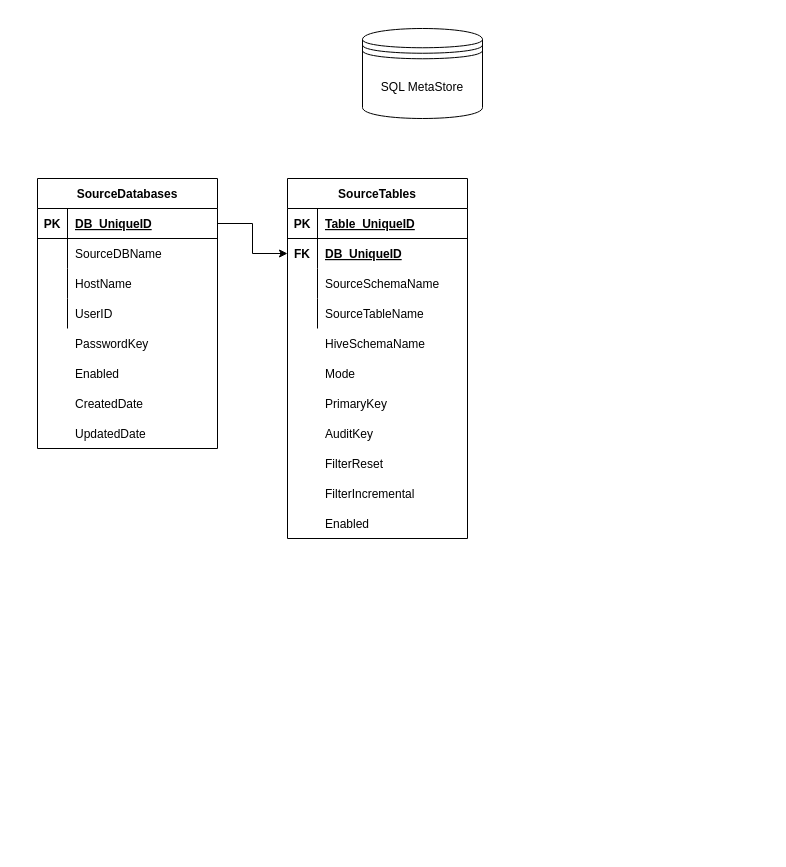
rameshvinbox/aas keeps this draw.io diagram as page "Page-1" (1 of 2) of Untitled Diagram.drawio. Above is the earlier version. Source tidied: cells renumbered, new cells numbered last; positions are measured from the earlier drawing's top-left corner, leaving out a move shared by most shapes. Both pictures are drawn from the tidied source at 100%, with x=0, y=0 at pixel (37, 28). Pictures stored in the file or linked from it are replaced by grey dashed boxes.
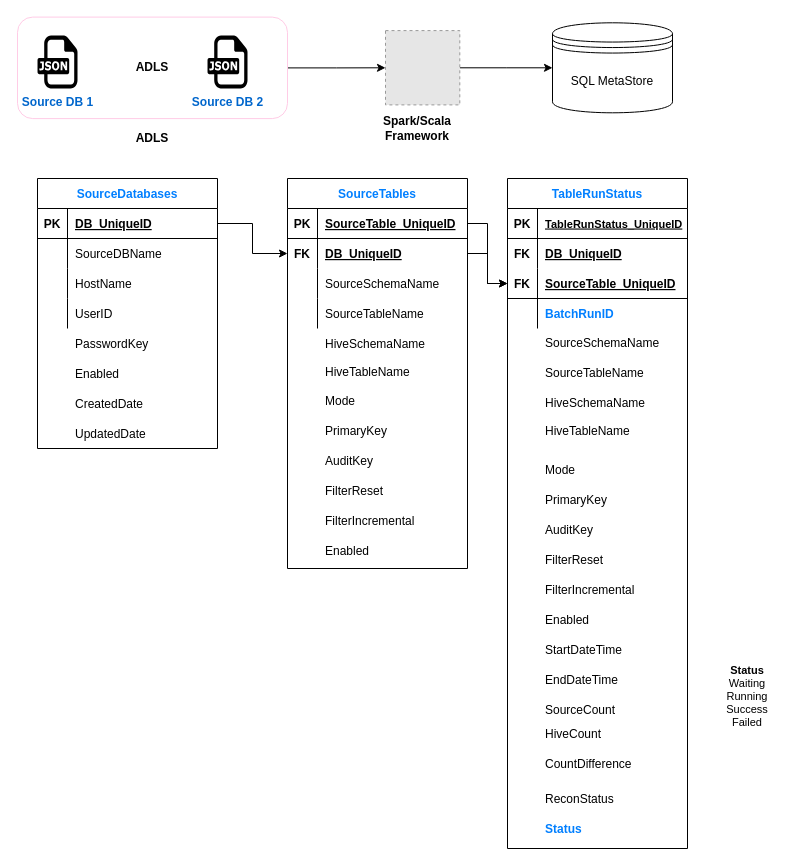
Above is the later version.

Unchanged cells that the change refers to:
```xml
<mxCell id="24" style="shape=partialRectangle;fillColor=none;top=0;left=0;bottom=1;right=0;points=[[0,0.5],[1,0.5]];portConstraint=eastwest;" parent="23" vertex="1">
  <mxGeometry y="30" width="180" height="30" as="geometry" />
</mxCell>
<mxCell id="27" style="shape=partialRectangle;fillColor=none;top=0;left=0;bottom=0;right=0;points=[[0,0.5],[1,0.5]];portConstraint=eastwest;" parent="23" vertex="1">
  <mxGeometry y="60" width="180" height="30" as="geometry" />
</mxCell>
```

Change to the diagram source:
```diff
@@
+    <mxCell id="43" style="edgeStyle=orthogonalEdgeStyle;rounded=0;jettySize=auto;html=1;fontSize=11;fontColor=#007FFF;" parent="1" edge="1" source="44" target="82">
+      <mxGeometry relative="1" as="geometry" />
+    </mxCell>
+    <mxCell id="44" value="&lt;font color=&quot;#050505&quot; size=&quot;1&quot;&gt;&lt;b style=&quot;font-size: 12px&quot;&gt;ADLS&lt;/b&gt;&lt;/font&gt;" style="rounded=1;whiteSpace=wrap;html=1;labelBackgroundColor=none;strokeColor=#FFCCE6;fontSize=11;fontColor=#007FFF;" parent="1" vertex="1">
+      <mxGeometry x="-20" y="-11.4" width="270" height="101.5" as="geometry" />
+    </mxCell>
     <mxCell id="2" value="SQL MetaStore" style="shape=datastore;whiteSpace=wrap;html=1;" parent="1" vertex="1">
-      <mxGeometry x="325" width="120" height="90" as="geometry" />
+      <mxGeometry x="515" y="-5.7" width="120" height="90" as="geometry" />
     </mxCell>
@@
-    <mxCell id="5" value="SourceDatabases" style="shape=table;startSize=30;childLayout=tableLayout;rowLines=0;fontStyle=1;align=center;" parent="1" vertex="1">
+    <mxCell id="5" value="SourceDatabases" style="shape=table;startSize=30;childLayout=tableLayout;rowLines=0;fontStyle=1;align=center;fontColor=#007FFF;" parent="1" vertex="1">
       <mxGeometry y="150" width="180" height="270" as="geometry" />
     </mxCell>
@@
     <mxCell id="20" value="Mode" style="shape=partialRectangle;fillColor=none;top=0;left=0;bottom=0;right=0;align=left;spacingLeft=6;overflow=hidden;" parent="1" vertex="1">
-      <mxGeometry x="280" y="330" width="150" height="30" as="geometry" />
+      <mxGeometry x="280" y="357" width="150" height="30" as="geometry" />
     </mxCell>
@@
-    <mxCell id="23" value="SourceTables" style="shape=table;startSize=30;childLayout=tableLayout;rowLines=0;fontStyle=1;align=center;" parent="1" vertex="1">
-      <mxGeometry x="250" y="150" width="180" height="360" as="geometry" />
+    <mxCell id="23" value="SourceTables" style="shape=table;startSize=30;childLayout=tableLayout;rowLines=0;fontStyle=1;align=center;fontColor=#007FFF;" parent="1" vertex="1">
+      <mxGeometry x="250" y="150" width="180" height="390" as="geometry" />
     </mxCell>
@@
-    <mxCell id="26" value="Table_UniqueID" style="shape=partialRectangle;fillColor=none;top=0;left=0;bottom=0;right=0;align=left;spacingLeft=6;fontStyle=5;overflow=hidden;" parent="24" vertex="1">
+    <mxCell id="26" value="SourceTable_UniqueID" style="shape=partialRectangle;fillColor=none;top=0;left=0;bottom=0;right=0;align=left;spacingLeft=6;fontStyle=5;overflow=hidden;" parent="24" vertex="1">
       <mxGeometry x="30" width="150" height="30" as="geometry" />
     </mxCell>
@@
     <mxCell id="36" value="FilterReset" style="shape=partialRectangle;fillColor=none;top=0;left=0;bottom=0;right=0;align=left;spacingLeft=6;overflow=hidden;" parent="1" vertex="1">
-      <mxGeometry x="280" y="420" width="150" height="30" as="geometry" />
+      <mxGeometry x="280" y="447" width="150" height="30" as="geometry" />
     </mxCell>
     <mxCell id="37" value="FilterIncremental" style="shape=partialRectangle;fillColor=none;top=0;left=0;bottom=0;right=0;align=left;spacingLeft=6;overflow=hidden;" parent="1" vertex="1">
-      <mxGeometry x="280" y="450" width="150" height="30" as="geometry" />
+      <mxGeometry x="280" y="477" width="150" height="30" as="geometry" />
     </mxCell>
     <mxCell id="38" value="PrimaryKey" style="shape=partialRectangle;fillColor=none;top=0;left=0;bottom=0;right=0;align=left;spacingLeft=6;overflow=hidden;" parent="1" vertex="1">
-      <mxGeometry x="280" y="360" width="150" height="30" as="geometry" />
+      <mxGeometry x="280" y="387" width="150" height="30" as="geometry" />
     </mxCell>
     <mxCell id="39" value="AuditKey" style="shape=partialRectangle;fillColor=none;top=0;left=0;bottom=0;right=0;align=left;spacingLeft=6;overflow=hidden;" parent="1" vertex="1">
-      <mxGeometry x="280" y="390" width="150" height="30" as="geometry" />
+      <mxGeometry x="280" y="417" width="150" height="30" as="geometry" />
     </mxCell>
     <mxCell id="40" value="Enabled" style="shape=partialRectangle;fillColor=none;top=0;left=0;bottom=0;right=0;align=left;spacingLeft=6;overflow=hidden;" parent="1" vertex="1">
-      <mxGeometry x="280" y="480" width="150" height="30" as="geometry" />
+      <mxGeometry x="280" y="507" width="150" height="30" as="geometry" />
     </mxCell>
@@
+    <mxCell id="45" value="Mode" style="shape=partialRectangle;fillColor=none;top=0;left=0;bottom=0;right=0;align=left;spacingLeft=6;overflow=hidden;" parent="1" vertex="1">
+      <mxGeometry x="500" y="426" width="150" height="30" as="geometry" />
+    </mxCell>
+    <mxCell id="46" value="FK" style="shape=partialRectangle;fillColor=none;top=0;left=0;bottom=0;right=0;fontStyle=1;overflow=hidden;" parent="1" vertex="1">
+      <mxGeometry x="470" y="210" width="30" height="30" as="geometry" />
+    </mxCell>
+    <mxCell id="47" value="DB_UniqueID" style="shape=partialRectangle;fillColor=none;top=0;left=0;bottom=0;right=0;align=left;spacingLeft=6;fontStyle=5;overflow=hidden;" parent="1" vertex="1">
+      <mxGeometry x="500" y="210" width="150" height="30" as="geometry" />
+    </mxCell>
+    <mxCell id="48" value="FilterReset" style="shape=partialRectangle;fillColor=none;top=0;left=0;bottom=0;right=0;align=left;spacingLeft=6;overflow=hidden;" parent="1" vertex="1">
+      <mxGeometry x="500" y="516" width="150" height="30" as="geometry" />
+    </mxCell>
+    <mxCell id="49" value="FilterIncremental" style="shape=partialRectangle;fillColor=none;top=0;left=0;bottom=0;right=0;align=left;spacingLeft=6;overflow=hidden;" parent="1" vertex="1">
+      <mxGeometry x="500" y="546" width="150" height="30" as="geometry" />
+    </mxCell>
+    <mxCell id="50" value="PrimaryKey" style="shape=partialRectangle;fillColor=none;top=0;left=0;bottom=0;right=0;align=left;spacingLeft=6;overflow=hidden;" parent="1" vertex="1">
+      <mxGeometry x="500" y="456" width="150" height="30" as="geometry" />
+    </mxCell>
+    <mxCell id="51" value="AuditKey" style="shape=partialRectangle;fillColor=none;top=0;left=0;bottom=0;right=0;align=left;spacingLeft=6;overflow=hidden;" parent="1" vertex="1">
+      <mxGeometry x="500" y="486" width="150" height="30" as="geometry" />
+    </mxCell>
+    <mxCell id="52" value="Enabled" style="shape=partialRectangle;fillColor=none;top=0;left=0;bottom=0;right=0;align=left;spacingLeft=6;overflow=hidden;" parent="1" vertex="1">
+      <mxGeometry x="500" y="576" width="150" height="30" as="geometry" />
+    </mxCell>
+    <mxCell id="53" value="TableRunStatus" style="shape=table;startSize=30;childLayout=tableLayout;rowLines=0;fontStyle=1;align=center;labelBackgroundColor=none;fontColor=#007FFF;" parent="1" vertex="1">
+      <mxGeometry x="470" y="150" width="180" height="670" as="geometry" />
+    </mxCell>
+    <mxCell id="54" style="shape=partialRectangle;fillColor=none;top=0;left=0;bottom=1;right=0;" parent="53" vertex="1">
+      <mxGeometry y="30" width="180" height="30" as="geometry" />
+    </mxCell>
+    <mxCell id="55" value="PK" style="shape=partialRectangle;fillColor=none;top=0;left=0;bottom=0;right=0;fontStyle=1;overflow=hidden;" parent="54" vertex="1">
+      <mxGeometry width="30" height="30" as="geometry" />
+    </mxCell>
+    <mxCell id="56" value="TableRunStatus_UniqueID" style="shape=partialRectangle;fillColor=none;top=0;left=0;bottom=0;right=0;align=left;spacingLeft=6;fontStyle=5;overflow=hidden;fontSize=11;" parent="54" vertex="1">
+      <mxGeometry x="30" width="150" height="30" as="geometry" />
+    </mxCell>
+    <mxCell id="57" style="shape=partialRectangle;fillColor=none;top=0;left=0;bottom=0;right=0;" parent="53" vertex="1">
+      <mxGeometry y="60" width="180" height="30" as="geometry" />
+    </mxCell>
+    <mxCell id="58" style="shape=partialRectangle;fillColor=none;top=0;left=0;bottom=0;right=0;overflow=hidden;strokeColor=#FFCCE6;" parent="57" vertex="1">
+      <mxGeometry width="30" height="30" as="geometry" />
+    </mxCell>
+    <mxCell id="59" style="shape=partialRectangle;fillColor=none;top=0;left=0;bottom=0;right=0;align=left;spacingLeft=6;overflow=hidden;" parent="57" vertex="1">
+      <mxGeometry x="30" width="150" height="30" as="geometry" />
+    </mxCell>
+    <mxCell id="60" style="shape=partialRectangle;fillColor=none;top=0;left=0;bottom=0;right=0;" parent="53" vertex="1">
+      <mxGeometry y="90" width="180" height="30" as="geometry" />
+    </mxCell>
+    <mxCell id="61" style="shape=partialRectangle;fillColor=none;top=0;left=0;bottom=0;right=0;overflow=hidden;" parent="60" vertex="1">
+      <mxGeometry width="30" height="30" as="geometry" />
+    </mxCell>
+    <mxCell id="62" style="shape=partialRectangle;fillColor=none;top=0;left=0;bottom=0;right=0;align=left;spacingLeft=6;overflow=hidden;" parent="60" vertex="1">
+      <mxGeometry x="30" width="150" height="30" as="geometry" />
+    </mxCell>
+    <mxCell id="63" style="shape=partialRectangle;fillColor=none;top=0;left=0;bottom=0;right=0;" parent="53" vertex="1">
+      <mxGeometry y="120" width="180" height="30" as="geometry" />
+    </mxCell>
+    <mxCell id="64" style="shape=partialRectangle;fillColor=none;top=0;left=0;bottom=0;right=0;overflow=hidden;" parent="63" vertex="1">
+      <mxGeometry width="30" height="30" as="geometry" />
+    </mxCell>
+    <mxCell id="65" value="BatchRunID" style="shape=partialRectangle;fillColor=none;top=0;left=0;bottom=0;right=0;align=left;spacingLeft=6;overflow=hidden;fontColor=#007FFF;fontStyle=1;" parent="63" vertex="1">
+      <mxGeometry x="30" width="150" height="30" as="geometry" />
+    </mxCell>
+    <mxCell id="66" style="shape=partialRectangle;fillColor=none;top=0;left=0;bottom=1;right=0;points=[[0,0.5],[1,0.5]];portConstraint=eastwest;" parent="1" vertex="1">
+      <mxGeometry x="470" y="240" width="180" height="30" as="geometry" />
+    </mxCell>
+    <mxCell id="67" value="FK" style="shape=partialRectangle;fillColor=none;top=0;left=0;bottom=0;right=0;fontStyle=1;overflow=hidden;" parent="66" vertex="1">
+      <mxGeometry width="30" height="30" as="geometry" />
+    </mxCell>
+    <mxCell id="68" value="SourceTable_UniqueID" style="shape=partialRectangle;fillColor=none;top=0;left=0;bottom=0;right=0;align=left;spacingLeft=6;fontStyle=5;overflow=hidden;" parent="66" vertex="1">
+      <mxGeometry x="30" width="150" height="30" as="geometry" />
+    </mxCell>
+    <mxCell id="69" value="StartDateTime" style="shape=partialRectangle;fillColor=none;top=0;left=0;bottom=0;right=0;align=left;spacingLeft=6;overflow=hidden;" parent="1" vertex="1">
+      <mxGeometry x="500" y="606" width="150" height="30" as="geometry" />
+    </mxCell>
+    <mxCell id="70" value="EndDateTime" style="shape=partialRectangle;fillColor=none;top=0;left=0;bottom=0;right=0;align=left;spacingLeft=6;overflow=hidden;" parent="1" vertex="1">
+      <mxGeometry x="500" y="636" width="150" height="30" as="geometry" />
+    </mxCell>
+    <mxCell id="71" value="Status" style="shape=partialRectangle;fillColor=none;top=0;left=0;bottom=0;right=0;align=left;spacingLeft=6;overflow=hidden;fontColor=#007FFF;fontStyle=1;" parent="1" vertex="1">
+      <mxGeometry x="500" y="785" width="150" height="30" as="geometry" />
+    </mxCell>
+    <mxCell id="72" value="HiveTableName" style="shape=partialRectangle;fillColor=none;top=0;left=0;bottom=0;right=0;align=left;spacingLeft=6;overflow=hidden;" parent="1" vertex="1">
+      <mxGeometry x="280" y="328" width="150" height="30" as="geometry" />
+    </mxCell>
+    <mxCell id="73" value="HiveSchemaName" style="shape=partialRectangle;fillColor=none;top=0;left=0;bottom=0;right=0;align=left;spacingLeft=6;overflow=hidden;" parent="1" vertex="1">
+      <mxGeometry x="500" y="359" width="150" height="30" as="geometry" />
+    </mxCell>
+    <mxCell id="74" value="SourceSchemaName" style="shape=partialRectangle;fillColor=none;top=0;left=0;bottom=0;right=0;align=left;spacingLeft=6;overflow=hidden;" parent="1" vertex="1">
+      <mxGeometry x="500" y="299" width="150" height="30" as="geometry" />
+    </mxCell>
+    <mxCell id="75" value="SourceTableName" style="shape=partialRectangle;fillColor=none;top=0;left=0;bottom=0;right=0;align=left;spacingLeft=6;overflow=hidden;" parent="1" vertex="1">
+      <mxGeometry x="500" y="329" width="150" height="30" as="geometry" />
+    </mxCell>
+    <mxCell id="76" value="HiveTableName" style="shape=partialRectangle;fillColor=none;top=0;left=0;bottom=0;right=0;align=left;spacingLeft=6;overflow=hidden;" parent="1" vertex="1">
+      <mxGeometry x="500" y="387" width="150" height="30" as="geometry" />
+    </mxCell>
+    <mxCell id="77" style="edgeStyle=orthogonalEdgeStyle;rounded=0;jettySize=auto;html=1;fontSize=11;fontColor=#007FFF;" parent="1" edge="1" source="24" target="66">
+      <mxGeometry relative="1" as="geometry" />
+    </mxCell>
+    <mxCell id="78" style="edgeStyle=orthogonalEdgeStyle;rounded=0;jettySize=auto;html=1;fontSize=11;fontColor=#007FFF;" parent="1" edge="1" source="27" target="66">
+      <mxGeometry relative="1" as="geometry" />
+    </mxCell>
+    <mxCell id="79" value="&lt;font style=&quot;font-size: 12px&quot; color=&quot;#0066cc&quot;&gt;&lt;b&gt;Source DB 1&lt;/b&gt;&lt;/font&gt;" style="dashed=0;html=1;align=center;labelPosition=center;verticalLabelPosition=bottom;verticalAlign=top;shape=mxgraph.weblogos.json;labelBackgroundColor=none;strokeColor=#FFCCE6;fontSize=11;fontColor=#007FFF;" parent="1" vertex="1">
+      <mxGeometry y="7.1" width="40" height="52.9" as="geometry" />
+    </mxCell>
+    <mxCell id="80" value="&lt;font style=&quot;font-size: 12px&quot; color=&quot;#0066cc&quot;&gt;&lt;b&gt;Source DB 2&lt;/b&gt;&lt;/font&gt;" style="dashed=0;html=1;align=center;labelPosition=center;verticalLabelPosition=bottom;verticalAlign=top;shape=mxgraph.weblogos.json;labelBackgroundColor=none;strokeColor=#FFCCE6;fontSize=11;fontColor=#007FFF;" parent="1" vertex="1">
+      <mxGeometry x="170" y="7.1" width="40" height="52.9" as="geometry" />
+    </mxCell>
+    <mxCell id="81" style="edgeStyle=orthogonalEdgeStyle;rounded=0;jettySize=auto;html=1;fontSize=11;fontColor=#007FFF;" parent="1" edge="1" source="82" target="2">
+      <mxGeometry relative="1" as="geometry" />
+    </mxCell>
+    <mxCell id="82" style="fillColor=#E6E6E6;strokeColor=#999999;dashed=1;html=1;verticalAlign=top;verticalLabelPosition=bottom;labelBackgroundColor=#ffffff;fontSize=11;fontColor=#007FFF;" parent="1" vertex="1">
+      <mxGeometry x="348" y="2.1" width="74.3" height="74.3" as="geometry" />
+    </mxCell>
+    <mxCell id="83" value="&lt;b&gt;&lt;font style=&quot;font-size: 12px&quot;&gt;Spark/Scala Framework&lt;/font&gt;&lt;/b&gt;" style="text;html=1;strokeColor=none;fillColor=none;align=center;verticalAlign=middle;whiteSpace=wrap;rounded=0;labelBackgroundColor=none;fontSize=11;" parent="1" vertex="1">
+      <mxGeometry x="360" y="90" width="40" height="20" as="geometry" />
+    </mxCell>
+    <mxCell id="84" value="&lt;b&gt;&lt;font style=&quot;font-size: 12px&quot;&gt;ADLS&lt;/font&gt;&lt;/b&gt;" style="text;html=1;strokeColor=none;fillColor=none;align=center;verticalAlign=middle;whiteSpace=wrap;rounded=0;labelBackgroundColor=none;fontSize=11;" parent="1" vertex="1">
+      <mxGeometry x="95" y="100" width="40" height="20" as="geometry" />
+    </mxCell>
+    <mxCell id="85" value="&lt;b&gt;Status&lt;/b&gt;&lt;br&gt;Waiting&lt;br&gt;Running&lt;br&gt;Success&lt;br&gt;Failed&lt;br&gt;" style="text;html=1;strokeColor=none;fillColor=none;align=center;verticalAlign=middle;whiteSpace=wrap;rounded=0;labelBackgroundColor=none;fontSize=11;fontColor=#000000;" parent="1" vertex="1">
+      <mxGeometry x="700" y="650" width="20" height="36" as="geometry" />
+    </mxCell>
+    <mxCell id="86" value="SourceCount" style="shape=partialRectangle;fillColor=none;top=0;left=0;bottom=0;right=0;align=left;spacingLeft=6;overflow=hidden;" parent="1" vertex="1">
+      <mxGeometry x="500" y="666" width="150" height="30" as="geometry" />
+    </mxCell>
+    <mxCell id="87" value="HiveCount" style="shape=partialRectangle;fillColor=none;top=0;left=0;bottom=0;right=0;align=left;spacingLeft=6;overflow=hidden;" parent="1" vertex="1">
+      <mxGeometry x="500" y="690" width="150" height="30" as="geometry" />
+    </mxCell>
+    <mxCell id="88" value="ReconStatus" style="shape=partialRectangle;fillColor=none;top=0;left=0;bottom=0;right=0;align=left;spacingLeft=6;overflow=hidden;" parent="1" vertex="1">
+      <mxGeometry x="500" y="755" width="150" height="30" as="geometry" />
+    </mxCell>
+    <mxCell id="89" value="CountDifference" style="shape=partialRectangle;fillColor=none;top=0;left=0;bottom=0;right=0;align=left;spacingLeft=6;overflow=hidden;" parent="1" vertex="1">
+      <mxGeometry x="500" y="720" width="150" height="30" as="geometry" />
+    </mxCell>
```
